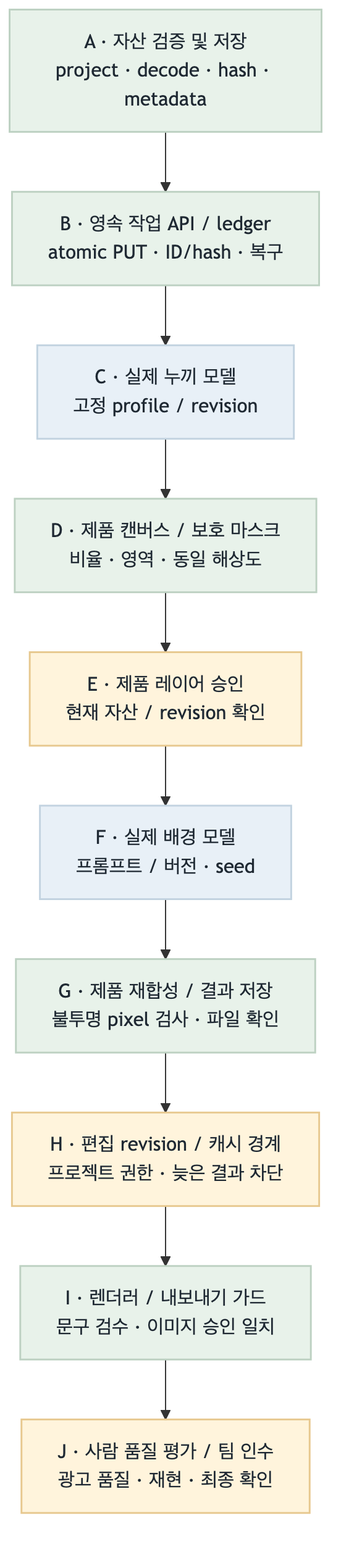
Above: fivecircles/architecture/spec/image-runtime-target-flow.png in uyt5041-lab/beauty-ai-models (Mermaid), before the change. Its source is kept beside it as fivecircles/architecture/spec/image-runtime-target-flow.mmd.
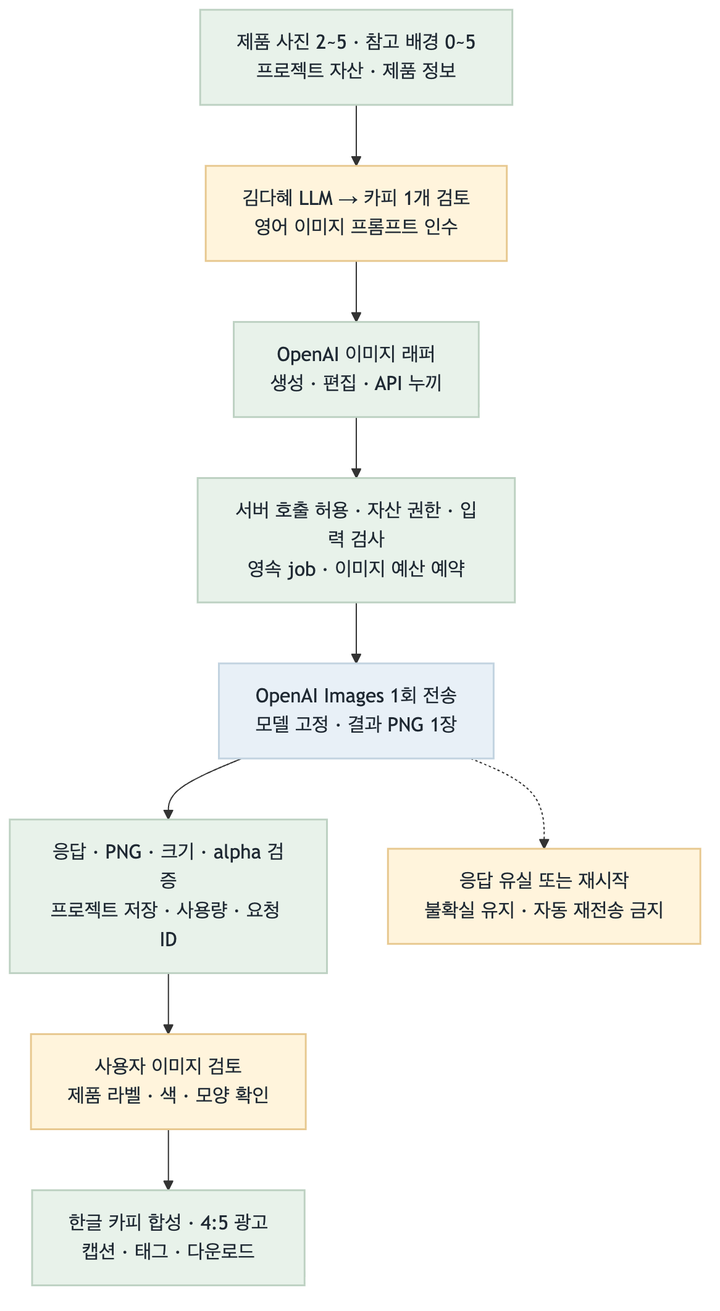
After the commit.

Diff of the diagram source:
```diff
@@ -1,15 +1,15 @@
 flowchart TB
-    A["A · 자산 검증 및 저장<br/>project · decode · hash · metadata"]:::green
-    B["B · 영속 작업 API / ledger<br/>atomic PUT · ID/hash · 복구"]:::green
-    C["C · 실제 누끼 모델<br/>고정 profile / revision"]:::blue
-    D["D · 제품 캔버스 / 보호 마스크<br/>비율 · 영역 · 동일 해상도"]:::green
-    E["E · 제품 레이어 승인<br/>현재 자산 / revision 확인"]:::amber
-    F["F · 실제 배경 모델<br/>프롬프트 / 버전 · seed"]:::blue
-    G["G · 제품 재합성 / 결과 저장<br/>불투명 pixel 검사 · 파일 확인"]:::green
-    H["H · 편집 revision / 캐시 경계<br/>프로젝트 권한 · 늦은 결과 차단"]:::amber
-    I["I · 렌더러 / 내보내기 가드<br/>문구 검수 · 이미지 승인 일치"]:::green
-    J["J · 사람 품질 평가 / 팀 인수<br/>광고 품질 · 재현 · 최종 확인"]:::amber
-    A --> B --> C --> D --> E --> F --> G --> H --> I --> J
+ A["제품 사진 2~5 · 참고 배경 0~5<br/>프로젝트 자산 · 제품 정보"]:::green
+ B["김다혜 LLM → 카피 1개 검토<br/>영어 이미지 프롬프트 인수"]:::amber
+ C["OpenAI 이미지 래퍼<br/>생성 · 편집 · API 누끼"]:::green
+ D["서버 호출 허용 · 자산 권한 · 입력 검사<br/>영속 job · 이미지 예산 예약"]:::green
+ E["OpenAI Images 1회 전송<br/>모델 고정 · 결과 PNG 1장"]:::blue
+ F["응답 · PNG · 크기 · alpha 검증<br/>프로젝트 저장 · 사용량 · 요청 ID"]:::green
+ U["응답 유실 또는 재시작<br/>불확실 유지 · 자동 재전송 금지"]:::amber
+ G["사용자 이미지 검토<br/>제품 라벨 · 색 · 모양 확인"]:::amber
+ H["한글 카피 합성 · 4:5 광고<br/>캡션 · 태그 · 다운로드"]:::green
+ A --> B --> C --> D --> E --> F --> G --> H
+ E -.-> U
 classDef green fill:#e8f2ea,stroke:#bdd1c2,color:#1f2933,stroke-width:1.5px
 classDef blue fill:#e8f0f7,stroke:#c2d3e0,color:#1f2933,stroke-width:1.5px
 classDef amber fill:#fff4dc,stroke:#e7c88f,color:#1f2933,stroke-width:1.5px
```
